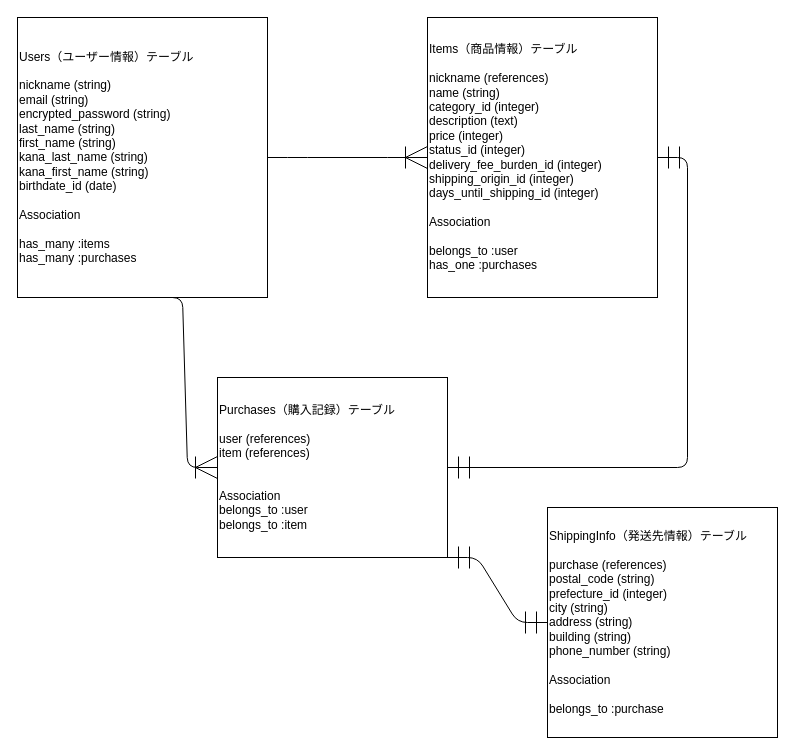
This is FURIMA.dio from MIYATA-TAKASHI/furima-39692, a draw.io file, before an edit. Source tidied: cells renumbered, new cells numbered last; positions are measured from the earlier drawing's top-left corner, leaving out a move shared by most shapes. Both pictures are drawn from the tidied source at 100%, with x=0, y=0 at pixel (17, 17).
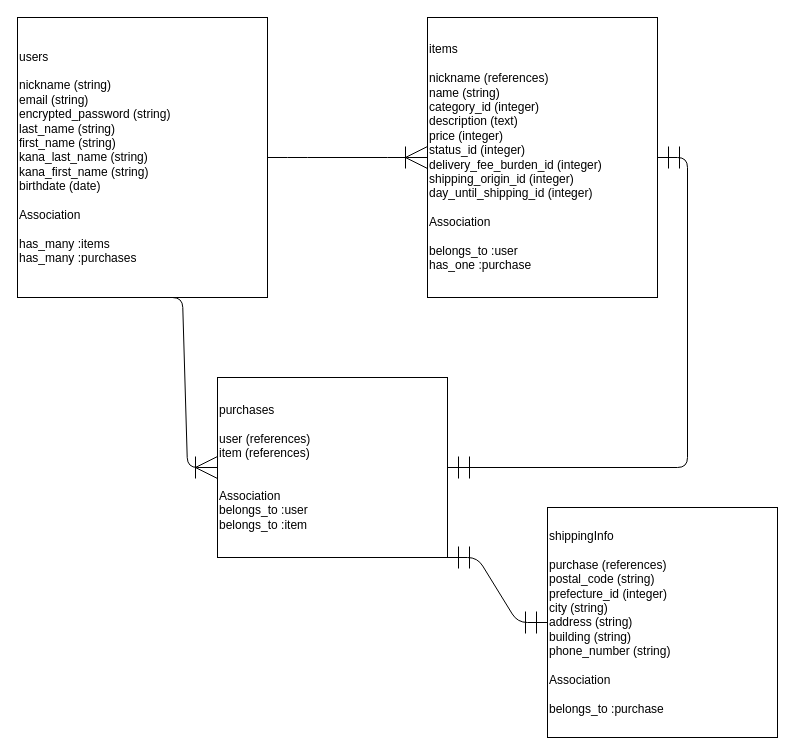
The same page after the edit.

Diff of the diagram source:
```diff
@@
 <mxGraphModel>
   <root>
     <mxCell id="0" />
     <mxCell id="1" parent="0" />
-    <mxCell id="2" value="&lt;div&gt;Users（ユーザー情報）テーブル&lt;/div&gt;&lt;div&gt;&lt;br&gt;&lt;/div&gt;&lt;div&gt;nickname (string)&lt;/div&gt;&lt;div&gt;email (string)&lt;/div&gt;&lt;div&gt;encrypted_password (string)&lt;/div&gt;&lt;div&gt;last_name (string)&lt;/div&gt;&lt;div&gt;first_name (string)&lt;/div&gt;&lt;div&gt;kana_last_name (string)&lt;/div&gt;&lt;div&gt;kana_first_name (string)&lt;/div&gt;&lt;div&gt;birthdate_id (date)&lt;/div&gt;&lt;div&gt;&lt;div&gt;&lt;br&gt;&lt;/div&gt;&lt;div&gt;Association&lt;/div&gt;&lt;div&gt;&lt;span style=&quot;background-color: initial;&quot;&gt;&lt;br&gt;&lt;/span&gt;&lt;/div&gt;&lt;div&gt;&lt;span style=&quot;background-color: initial;&quot;&gt;has_many :items&lt;/span&gt;&lt;br&gt;&lt;/div&gt;&lt;div&gt;has_many :purchases&lt;/div&gt;&lt;/div&gt;" style="rounded=0;whiteSpace=wrap;html=1;align=left;" parent="1" vertex="1">
+    <mxCell id="2" value="&lt;div&gt;users&lt;/div&gt;&lt;div&gt;&lt;br&gt;&lt;/div&gt;&lt;div&gt;nickname (string)&lt;/div&gt;&lt;div&gt;email (string)&lt;/div&gt;&lt;div&gt;encrypted_password (string)&lt;/div&gt;&lt;div&gt;last_name (string)&lt;/div&gt;&lt;div&gt;first_name (string)&lt;/div&gt;&lt;div&gt;kana_last_name (string)&lt;/div&gt;&lt;div&gt;kana_first_name (string)&lt;/div&gt;&lt;div&gt;birthdate (date)&lt;/div&gt;&lt;div&gt;&lt;div&gt;&lt;br&gt;&lt;/div&gt;&lt;div&gt;Association&lt;/div&gt;&lt;div&gt;&lt;span style=&quot;background-color: initial;&quot;&gt;&lt;br&gt;&lt;/span&gt;&lt;/div&gt;&lt;div&gt;&lt;span style=&quot;background-color: initial;&quot;&gt;has_many :items&lt;/span&gt;&lt;br&gt;&lt;/div&gt;&lt;div&gt;has_many :purchases&lt;/div&gt;&lt;/div&gt;" style="rounded=0;whiteSpace=wrap;html=1;align=left;" parent="1" vertex="1">
       <mxGeometry width="250" height="280" as="geometry" />
     </mxCell>
-    <mxCell id="3" value="&lt;div&gt;Items（商品情報）テーブル&lt;/div&gt;&lt;div&gt;&lt;br&gt;&lt;/div&gt;&lt;div&gt;nickname (references)&lt;/div&gt;&lt;div&gt;name (string)&lt;/div&gt;&lt;div&gt;category_id (integer)&lt;/div&gt;&lt;div&gt;description (text)&lt;/div&gt;&lt;div&gt;price (integer)&lt;/div&gt;&lt;div&gt;status_id (integer)&lt;/div&gt;&lt;div&gt;delivery_fee_burden_id (integer)&lt;/div&gt;&lt;div&gt;shipping_origin_id (integer)&lt;/div&gt;&lt;div&gt;days_until_shipping_id (integer)&lt;/div&gt;&lt;div&gt;&lt;br&gt;&lt;/div&gt;&lt;div&gt;Association&lt;/div&gt;&lt;div&gt;&lt;span style=&quot;background-color: initial;&quot;&gt;&lt;br&gt;&lt;/span&gt;&lt;/div&gt;&lt;div&gt;&lt;span style=&quot;background-color: initial;&quot;&gt;belongs_to :user&lt;/span&gt;&lt;br&gt;&lt;/div&gt;&lt;div&gt;has_one :purchases&lt;/div&gt;" style="rounded=0;whiteSpace=wrap;html=1;align=left;" parent="1" vertex="1">
+    <mxCell id="3" value="&lt;div&gt;items&lt;/div&gt;&lt;div&gt;&lt;br&gt;&lt;/div&gt;&lt;div&gt;nickname (references)&lt;/div&gt;&lt;div&gt;name (string)&lt;/div&gt;&lt;div&gt;category_id (integer)&lt;/div&gt;&lt;div&gt;description (text)&lt;/div&gt;&lt;div&gt;price (integer)&lt;/div&gt;&lt;div&gt;status_id (integer)&lt;/div&gt;&lt;div&gt;delivery_fee_burden_id (integer)&lt;/div&gt;&lt;div&gt;shipping_origin_id (integer)&lt;/div&gt;&lt;div&gt;day_until_shipping_id (integer)&lt;/div&gt;&lt;div&gt;&lt;br&gt;&lt;/div&gt;&lt;div&gt;Association&lt;/div&gt;&lt;div&gt;&lt;span style=&quot;background-color: initial;&quot;&gt;&lt;br&gt;&lt;/span&gt;&lt;/div&gt;&lt;div&gt;&lt;span style=&quot;background-color: initial;&quot;&gt;belongs_to :user&lt;/span&gt;&lt;br&gt;&lt;/div&gt;&lt;div&gt;has_one :purchase&lt;/div&gt;" style="rounded=0;whiteSpace=wrap;html=1;align=left;" parent="1" vertex="1">
       <mxGeometry x="410" width="230" height="280" as="geometry" />
     </mxCell>
-    <mxCell id="4" value="&lt;div&gt;Purchases（購入記録）テーブル&lt;/div&gt;&lt;div&gt;&lt;br&gt;&lt;/div&gt;&lt;div&gt;user (references)&lt;/div&gt;&lt;div&gt;item (references)&lt;/div&gt;&lt;div&gt;&lt;br&gt;&lt;/div&gt;&lt;div&gt;&lt;span style=&quot;background-color: initial;&quot;&gt;&lt;br&gt;&lt;/span&gt;&lt;/div&gt;&lt;div&gt;&lt;span style=&quot;background-color: initial;&quot;&gt;Association&lt;/span&gt;&lt;br&gt;&lt;/div&gt;&lt;div&gt;&lt;span style=&quot;background-color: initial;&quot;&gt;belongs_to :user&lt;/span&gt;&lt;br&gt;&lt;/div&gt;&lt;div&gt;belongs_to :item&lt;/div&gt;" style="rounded=0;whiteSpace=wrap;html=1;align=left;" parent="1" vertex="1">
+    <mxCell id="4" value="&lt;div&gt;purchases&lt;/div&gt;&lt;div&gt;&lt;br&gt;&lt;/div&gt;&lt;div&gt;user (references)&lt;/div&gt;&lt;div&gt;item (references)&lt;/div&gt;&lt;div&gt;&lt;br&gt;&lt;/div&gt;&lt;div&gt;&lt;span style=&quot;background-color: initial;&quot;&gt;&lt;br&gt;&lt;/span&gt;&lt;/div&gt;&lt;div&gt;&lt;span style=&quot;background-color: initial;&quot;&gt;Association&lt;/span&gt;&lt;br&gt;&lt;/div&gt;&lt;div&gt;&lt;span style=&quot;background-color: initial;&quot;&gt;belongs_to :user&lt;/span&gt;&lt;br&gt;&lt;/div&gt;&lt;div&gt;belongs_to :item&lt;/div&gt;" style="rounded=0;whiteSpace=wrap;html=1;align=left;" parent="1" vertex="1">
       <mxGeometry x="200" y="360" width="230" height="180" as="geometry" />
     </mxCell>
-    <mxCell id="5" value="&lt;div&gt;ShippingInfo（発送先情報）テーブル&lt;/div&gt;&lt;div&gt;&lt;br&gt;&lt;/div&gt;&lt;div&gt;purchase (references)&lt;/div&gt;&lt;div&gt;postal_code (string)&lt;/div&gt;&lt;div&gt;prefecture_id (integer)&lt;/div&gt;&lt;div&gt;city (string)&lt;/div&gt;&lt;div&gt;address (string)&lt;/div&gt;&lt;div&gt;building (string)&lt;/div&gt;&lt;div&gt;phone_number (string)&lt;/div&gt;&lt;div&gt;&lt;br&gt;&lt;/div&gt;&lt;div&gt;Association&lt;/div&gt;&lt;div&gt;&lt;span style=&quot;background-color: initial;&quot;&gt;&lt;br&gt;&lt;/span&gt;&lt;/div&gt;&lt;div&gt;&lt;span style=&quot;background-color: initial;&quot;&gt;belongs_to :purchase&lt;/span&gt;&lt;br&gt;&lt;/div&gt;" style="rounded=0;whiteSpace=wrap;html=1;align=left;" parent="1" vertex="1">
+    <mxCell id="5" value="&lt;div&gt;shippingInfo&lt;/div&gt;&lt;div&gt;&lt;br&gt;&lt;/div&gt;&lt;div&gt;purchase (references)&lt;/div&gt;&lt;div&gt;postal_code (string)&lt;/div&gt;&lt;div&gt;prefecture_id (integer)&lt;/div&gt;&lt;div&gt;city (string)&lt;/div&gt;&lt;div&gt;address (string)&lt;/div&gt;&lt;div&gt;building (string)&lt;/div&gt;&lt;div&gt;phone_number (string)&lt;/div&gt;&lt;div&gt;&lt;br&gt;&lt;/div&gt;&lt;div&gt;Association&lt;/div&gt;&lt;div&gt;&lt;span style=&quot;background-color: initial;&quot;&gt;&lt;br&gt;&lt;/span&gt;&lt;/div&gt;&lt;div&gt;&lt;span style=&quot;background-color: initial;&quot;&gt;belongs_to :purchase&lt;/span&gt;&lt;br&gt;&lt;/div&gt;" style="rounded=0;whiteSpace=wrap;html=1;align=left;" parent="1" vertex="1">
       <mxGeometry x="530" y="490" width="230" height="230" as="geometry" />
     </mxCell>
     <mxCell id="6" style="edgeStyle=entityRelationEdgeStyle;fontSize=15;html=1;endArrow=ERoneToMany;exitX=1;exitY=0.5;exitDx=0;exitDy=0;entryX=0;entryY=0.5;entryDx=0;entryDy=0;strokeWidth=1;jumpSize=6;endSize=20;startSize=20;" parent="1" edge="1" source="2" target="3">
       <mxGeometry relative="1" as="geometry" />
     </mxCell>
     <mxCell id="7" style="edgeStyle=entityRelationEdgeStyle;fontSize=12;html=1;endArrow=ERoneToMany;strokeWidth=1;startSize=20;endSize=20;jumpSize=6;entryX=0;entryY=0.5;entryDx=0;entryDy=0;" parent="1" edge="1" target="4">
       <mxGeometry relative="1" as="geometry">
         <mxPoint x="135" y="280" as="sourcePoint" />
       </mxGeometry>
     </mxCell>
     <mxCell id="8" style="edgeStyle=entityRelationEdgeStyle;fontSize=12;html=1;endArrow=ERmandOne;startArrow=ERmandOne;strokeWidth=1;startSize=20;endSize=20;jumpSize=6;entryX=0;entryY=0.5;entryDx=0;entryDy=0;exitX=1;exitY=1;exitDx=0;exitDy=0;" parent="1" edge="1" source="4" target="5">
       <mxGeometry relative="1" as="geometry" />
     </mxCell>
     <mxCell id="9" style="edgeStyle=entityRelationEdgeStyle;fontSize=12;html=1;endArrow=ERmandOne;startArrow=ERmandOne;strokeWidth=1;startSize=20;endSize=20;jumpSize=6;exitX=1;exitY=0.5;exitDx=0;exitDy=0;" parent="1" edge="1" source="4" target="3">
       <mxGeometry relative="1" as="geometry" />
     </mxCell>
   </root>
 </mxGraphModel>
```
